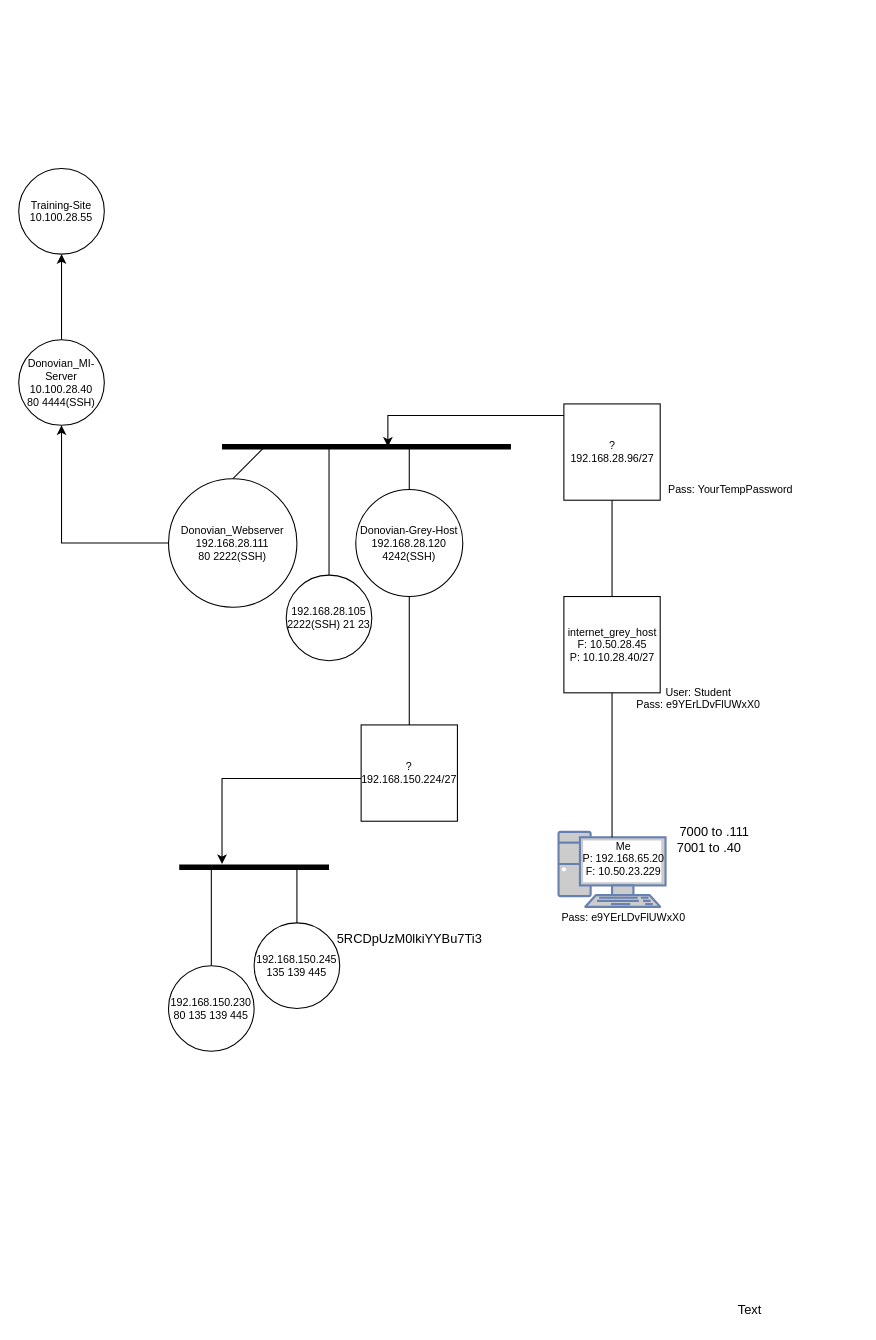
Earlier version of the draw.io diagram page "SecurityFlags" (1 of 2) of Security/Maps/SecurityNetwork.drawio (wesruedlinger/HackerMan). Source tidied: cells renumbered, new cells numbered last; positions are measured from the earlier drawing's top-left corner, leaving out a move shared by most shapes. Both pictures are drawn from the tidied source at 107%, with x=0, y=0 at pixel (18, 168).
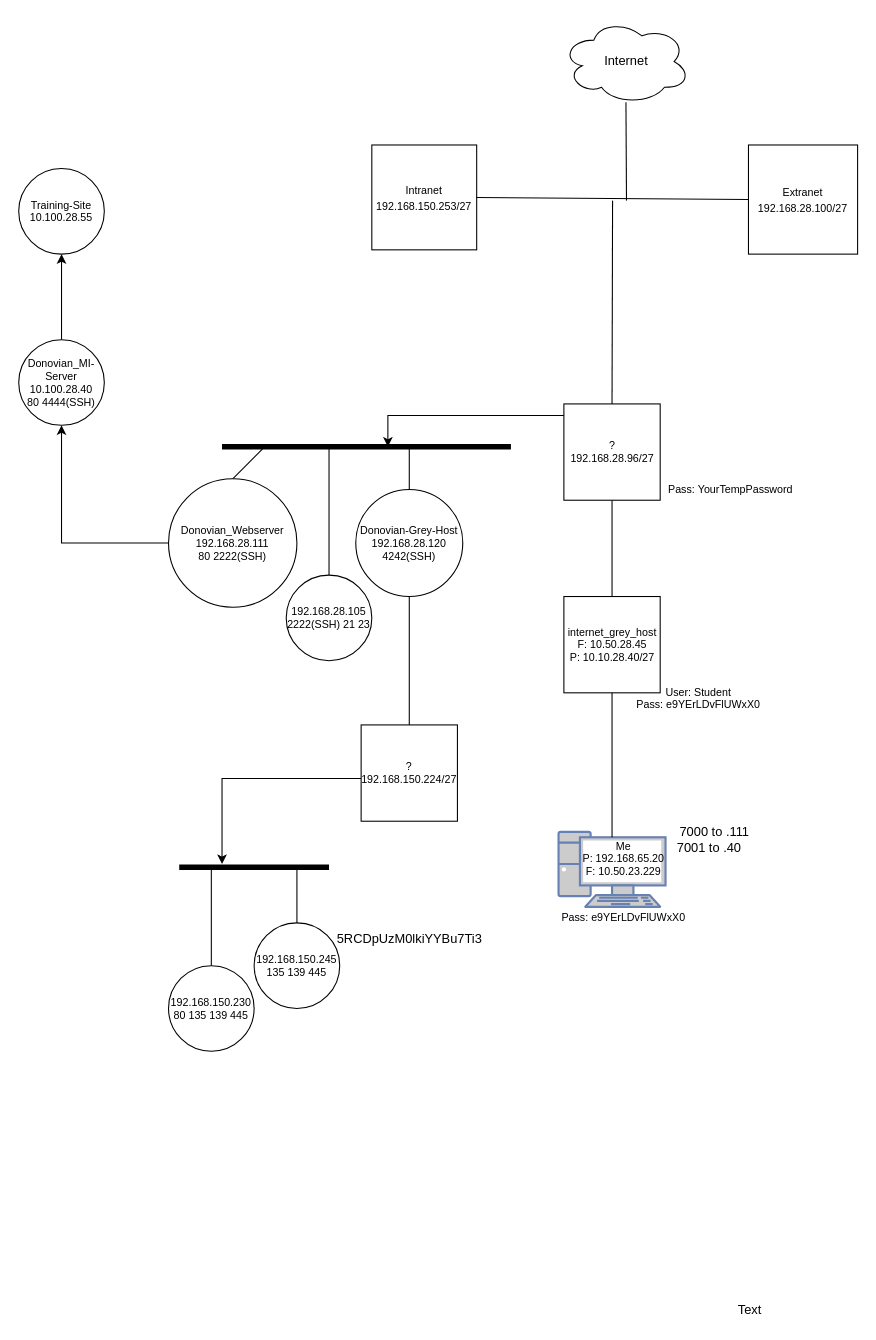
The same diagram, later.

The change refers to these unchanged cells:
```xml
<mxCell id="18" value="?&lt;br&gt;192.168.28.96/27&lt;br&gt;" style="whiteSpace=wrap;html=1;fontSize=10;" parent="1" vertex="1">
  <mxGeometry x="509.5" y="220" width="90" height="90" as="geometry" />
</mxCell>
```

Change to the diagram source:
```diff
@@
+    <mxCell id="35" style="endArrow=none;html=1;exitX=0.5;exitY=0;exitDx=0;exitDy=0;" parent="1" edge="1" source="18">
+      <mxGeometry relative="1" as="geometry">
+        <mxPoint x="555" y="30" as="targetPoint" />
+      </mxGeometry>
+    </mxCell>
@@
+    <mxCell id="36" value="&lt;font style=&quot;font-size: 10px&quot;&gt;Intranet&lt;br&gt;192.168.150.253/27&lt;/font&gt;" style="whiteSpace=wrap;html=1;" parent="1" vertex="1">
+      <mxGeometry x="330" y="-22" width="98" height="98" as="geometry" />
+    </mxCell>
+    <mxCell id="37" value="&lt;font style=&quot;font-size: 10px&quot;&gt;Extranet&lt;br&gt;192.168.28.100/27&lt;/font&gt;" style="whiteSpace=wrap;html=1;" parent="1" vertex="1">
+      <mxGeometry x="682" y="-22" width="102" height="102" as="geometry" />
+    </mxCell>
+    <mxCell id="38" style="endArrow=none;html=1;entryX=0;entryY=0.5;entryDx=0;entryDy=0;exitX=1;exitY=0.5;exitDx=0;exitDy=0;" parent="1" edge="1" source="36" target="37">
+      <mxGeometry relative="1" as="geometry" />
+    </mxCell>
+    <mxCell id="39" value="Internet" style="ellipse;shape=cloud;whiteSpace=wrap;html=1;" parent="1" vertex="1">
+      <mxGeometry x="507.5" y="-140" width="120" height="80" as="geometry" />
+    </mxCell>
+    <mxCell id="40" style="endArrow=none;html=1;" parent="1" edge="1">
+      <mxGeometry relative="1" as="geometry">
+        <mxPoint x="568" y="30" as="sourcePoint" />
+        <mxPoint x="567.5" y="-62" as="targetPoint" />
+      </mxGeometry>
+    </mxCell>
```
